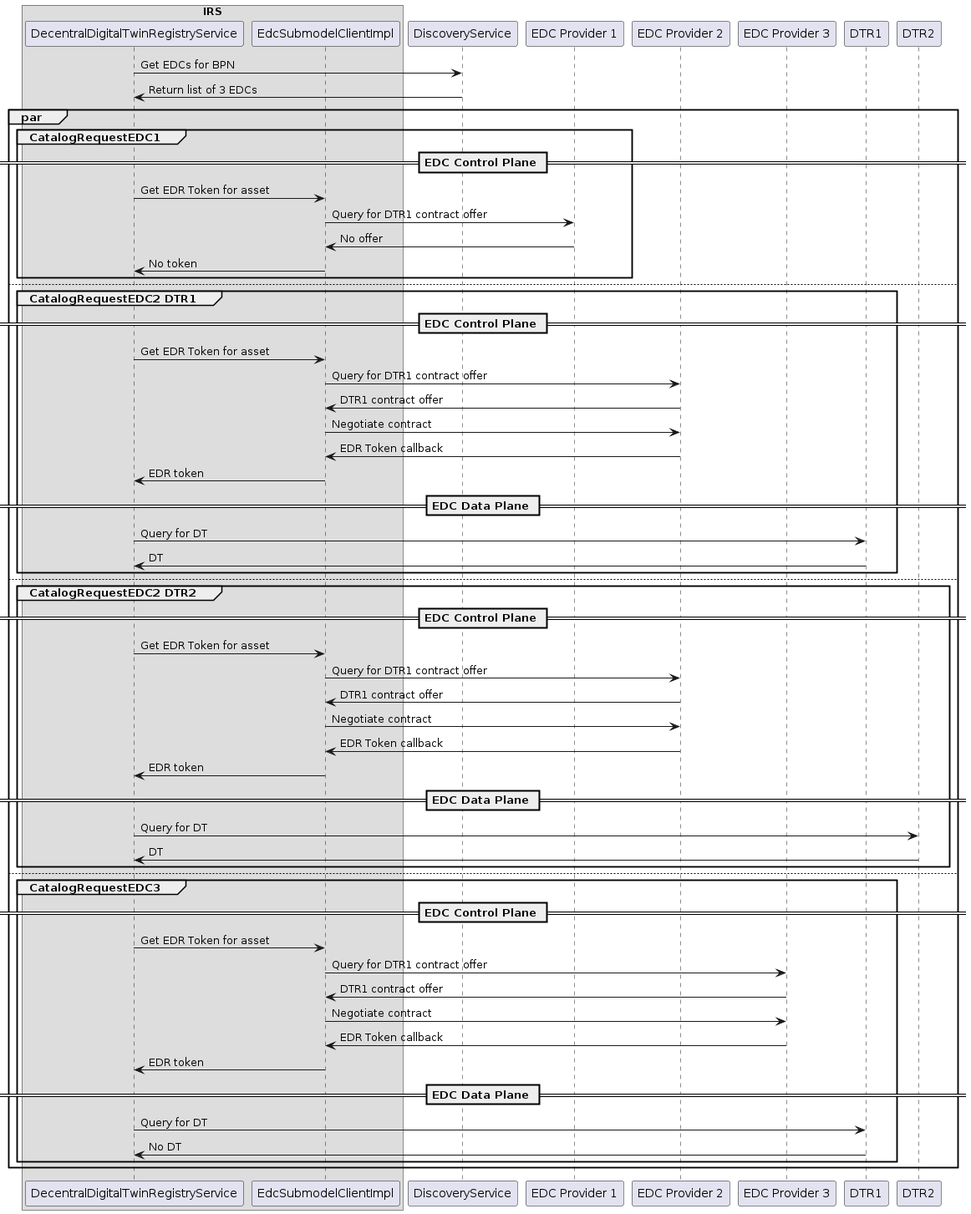
Above: docs/assets/arc42/arc42_043.png in catenax-ng/tx-item-relationship-service (PlantUML), before the change.
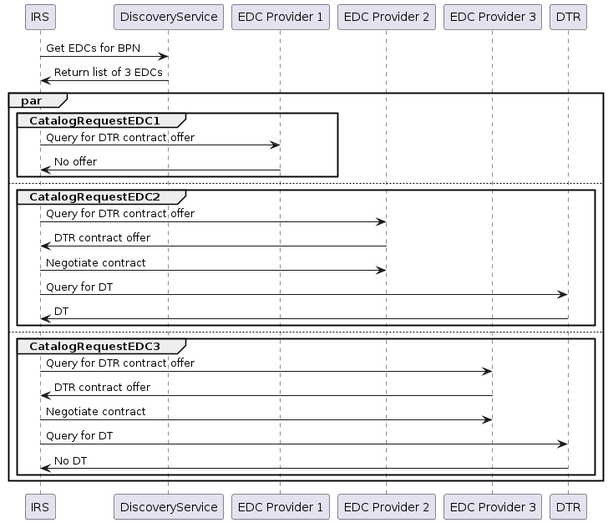
Above is the later version.

Change to the diagram source:
```diff
@@ -1,93 +1,40 @@
 @startuml
-
-
-box IRS
-    participant DecentralDigitalTwinRegistryService as DTRS
-    participant EdcSubmodelClientImpl as EdcClient
-end box
-
-
+participant IRS
 participant DiscoveryService
 participant "EDC Provider 1" as EDCProvider1
 participant "EDC Provider 2" as EDCProvider2
 participant "EDC Provider 3" as EDCProvider3
-participant "DTR1" as DTR1
-participant "DTR2" as DTR2
+participant "DTR" as DTR
 
-DTRS -> DiscoveryService: Get EDCs for BPN
-DiscoveryService -> DTRS: Return list of 3 EDCs
-
+IRS -> DiscoveryService: Get EDCs for BPN
+DiscoveryService -> IRS: Return list of 3 EDCs
 
 par
     group CatalogRequestEDC1
-
-        == EDC Control Plane ==
-        DTRS -> EdcClient: Get EDR Token for asset
-        EdcClient -> EDCProvider1: Query for DTR1 contract offer
-        EDCProvider1 -> EdcClient: No offer
-        EdcClient -> DTRS: No token
+        IRS -> EDCProvider1: Query for DTR contract offer
+        EDCProvider1 -> IRS: No offer
     end
 
     else
 
-    group CatalogRequestEDC2 DTR1
+    group CatalogRequestEDC2
+        IRS -> EDCProvider2: Query for DTR contract offer
+        EDCProvider2 -> IRS: DTR contract offer
+        IRS -> EDCProvider2: Negotiate contract
 
-        == EDC Control Plane ==
-
-        DTRS -> EdcClient: Get EDR Token for asset
-        EdcClient -> EDCProvider2: Query for DTR1 contract offer
-        EDCProvider2 -> EdcClient: DTR1 contract offer
-        EdcClient -> EDCProvider2: Negotiate contract
-        EDCProvider2 -> EdcClient: EDR Token callback
-
-        EdcClient -> DTRS: EDR token
-
-
-        == EDC Data Plane ==
-
-        DTRS -> DTR1: Query for DT
-        DTR1 -> DTRS: DT
-    end
-
-    else
-
-    group CatalogRequestEDC2 DTR2
-
-        == EDC Control Plane ==
-
-        DTRS -> EdcClient: Get EDR Token for asset
-        EdcClient -> EDCProvider2: Query for DTR1 contract offer
-        EDCProvider2 -> EdcClient: DTR1 contract offer
-        EdcClient -> EDCProvider2: Negotiate contract
-        EDCProvider2 -> EdcClient: EDR Token callback
-
-        EdcClient -> DTRS: EDR token
-
-
-        == EDC Data Plane ==
-
-        DTRS -> DTR2: Query for DT
-        DTR2 -> DTRS: DT
+        IRS -> DTR: Query for DT
+        DTR -> IRS: DT
     end
 
     else
 
     group CatalogRequestEDC3
+        IRS -> EDCProvider3: Query for DTR contract offer
+        EDCProvider3 -> IRS: DTR contract offer
+        IRS -> EDCProvider3: Negotiate contract
 
-        == EDC Control Plane ==
-
-        DTRS -> EdcClient: Get EDR Token for asset
-        EdcClient -> EDCProvider3: Query for DTR1 contract offer
-        EDCProvider3 -> EdcClient: DTR1 contract offer
-        EdcClient -> EDCProvider3: Negotiate contract
-        EDCProvider3 -> EdcClient: EDR Token callback
-        EdcClient -> DTRS: EDR token
-
-        == EDC Data Plane ==
-
-        DTRS -> DTR1: Query for DT
-        DTR1 -> DTRS: No DT
+        IRS -> DTR: Query for DT
+        DTR -> IRS: No DT
     end
 end
-
 @enduml
```
